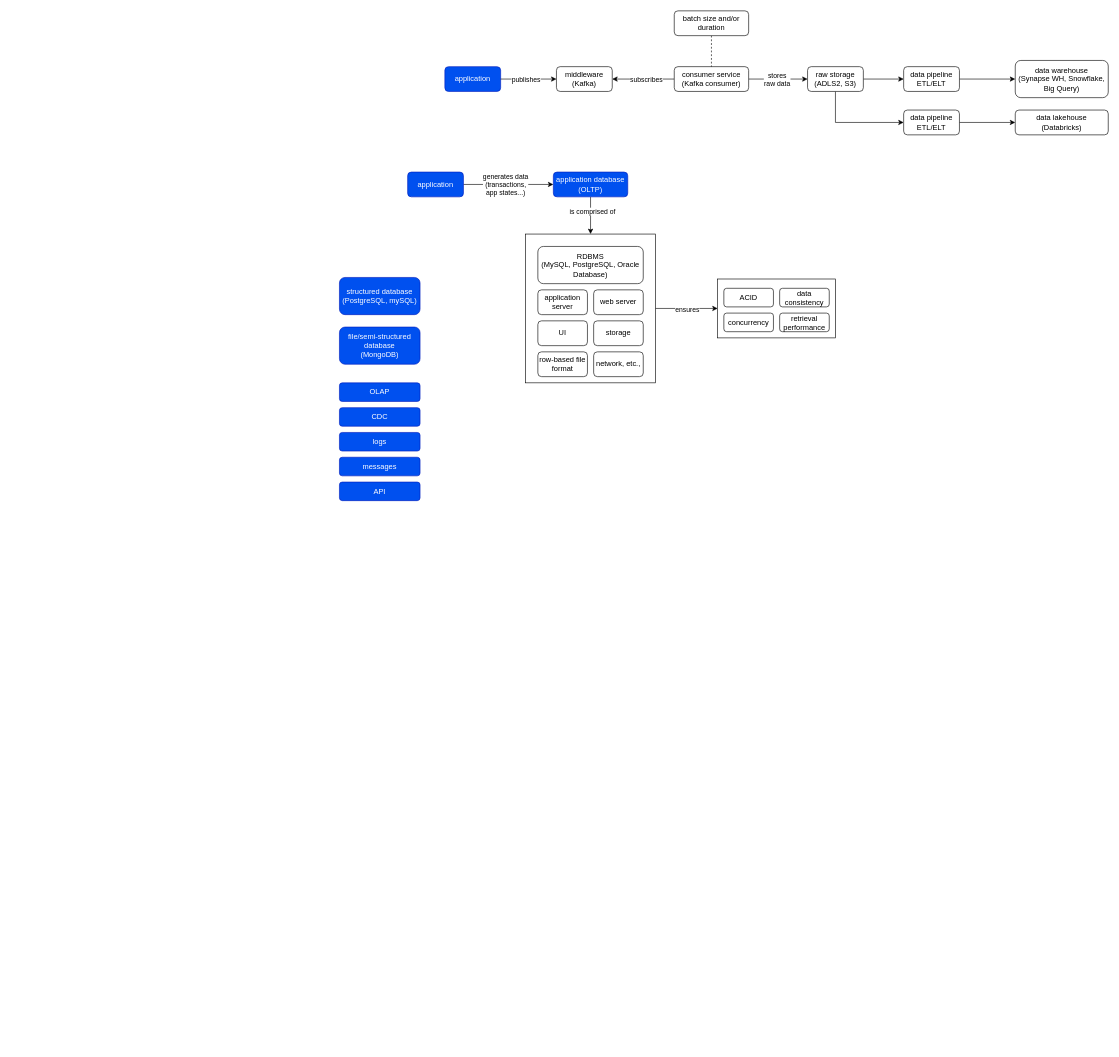
This is data-architecture-and-eng.drawio from joshuavaple/draw-io, a draw.io file, before an edit. Source tidied: cells renumbered, new cells numbered last; positions are measured from the earlier drawing's top-left corner, leaving out a move shared by most shapes. Both pictures are drawn from the tidied source at 62%, with x=0, y=0 at pixel (339, 11).
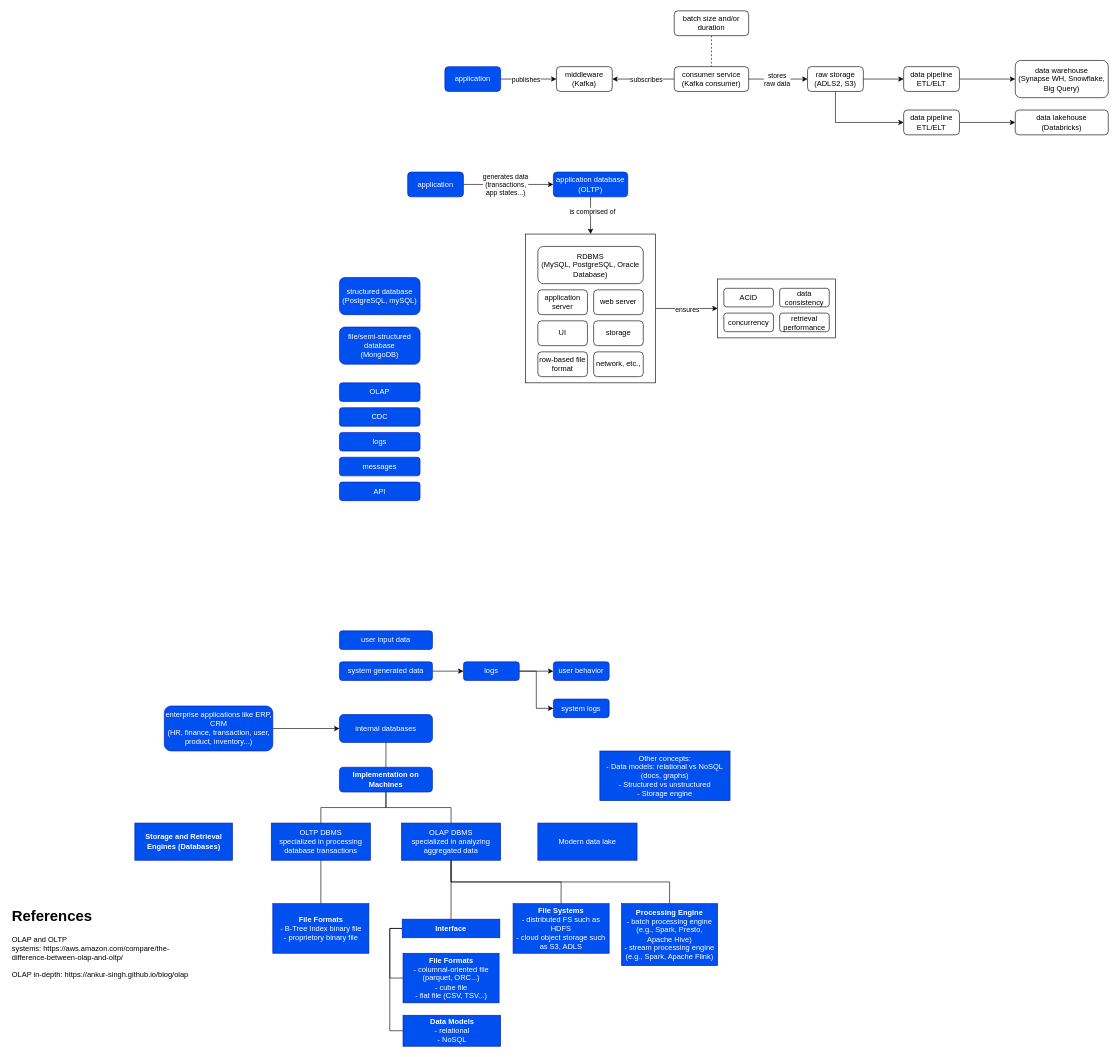
Above is the later version.

Commit message:
Update OLAP and OLTP paradigms in data-architecture-and-eng.drawio

The edit, as a diff of the source:
```diff
@@
+    <mxCell id="51" style="edgeStyle=orthogonalEdgeStyle;rounded=0;jettySize=auto;html=1;entryX=0;entryY=0.5;entryDx=0;entryDy=0;" parent="1" edge="1" source="52" target="56">
+      <mxGeometry relative="1" as="geometry" />
+    </mxCell>
+    <mxCell id="52" value="system generated data" style="rounded=1;whiteSpace=wrap;html=1;fillColor=#0050ef;fontColor=#ffffff;strokeColor=#001DBC;" parent="1" vertex="1">
+      <mxGeometry y="1050" width="150" height="30" as="geometry" />
+    </mxCell>
+    <mxCell id="53" value="user input data" style="rounded=1;whiteSpace=wrap;html=1;fillColor=#0050ef;fontColor=#ffffff;strokeColor=#001DBC;" parent="1" vertex="1">
+      <mxGeometry y="1000" width="150" height="30" as="geometry" />
+    </mxCell>
+    <mxCell id="54" style="edgeStyle=orthogonalEdgeStyle;rounded=0;jettySize=auto;html=1;" parent="1" edge="1" source="56" target="57">
+      <mxGeometry relative="1" as="geometry" />
+    </mxCell>
+    <mxCell id="55" style="edgeStyle=orthogonalEdgeStyle;rounded=0;jettySize=auto;html=1;entryX=0;entryY=0.5;entryDx=0;entryDy=0;" parent="1" edge="1" source="56" target="58">
+      <mxGeometry relative="1" as="geometry" />
+    </mxCell>
+    <mxCell id="56" value="logs" style="rounded=1;whiteSpace=wrap;html=1;fillColor=#0050ef;fontColor=#ffffff;strokeColor=#001DBC;" parent="1" vertex="1">
+      <mxGeometry x="200" y="1050" width="90" height="30" as="geometry" />
+    </mxCell>
+    <mxCell id="57" value="user behavior" style="rounded=1;whiteSpace=wrap;html=1;fillColor=#0050ef;fontColor=#ffffff;strokeColor=#001DBC;" parent="1" vertex="1">
+      <mxGeometry x="345" y="1050" width="90" height="30" as="geometry" />
+    </mxCell>
+    <mxCell id="58" value="system logs" style="rounded=1;whiteSpace=wrap;html=1;fillColor=#0050ef;fontColor=#ffffff;strokeColor=#001DBC;" parent="1" vertex="1">
+      <mxGeometry x="345" y="1110" width="90" height="30" as="geometry" />
+    </mxCell>
+    <mxCell id="59" value="internal databases" style="rounded=1;whiteSpace=wrap;html=1;fillColor=#0050ef;fontColor=#ffffff;strokeColor=#001DBC;" parent="1" vertex="1">
+      <mxGeometry y="1135" width="150" height="45" as="geometry" />
+    </mxCell>
+    <mxCell id="60" style="edgeStyle=orthogonalEdgeStyle;rounded=0;jettySize=auto;html=1;entryX=0;entryY=0.5;entryDx=0;entryDy=0;" parent="1" edge="1" source="61" target="59">
+      <mxGeometry relative="1" as="geometry" />
+    </mxCell>
+    <mxCell id="61" value="enterprise applications like ERP, CRM&lt;div&gt;(HR, finance, transaction, user, product, inventory...)&lt;/div&gt;" style="rounded=1;whiteSpace=wrap;html=1;fillColor=#0050ef;fontColor=#ffffff;strokeColor=#001DBC;" parent="1" vertex="1">
+      <mxGeometry x="-282.5" y="1121.2" width="175" height="72.5" as="geometry" />
+    </mxCell>
+    <mxCell id="62" style="edgeStyle=orthogonalEdgeStyle;rounded=0;jettySize=auto;html=1;endArrow=none;endFill=0;" parent="1" edge="1" source="64" target="65">
+      <mxGeometry relative="1" as="geometry" />
+    </mxCell>
+    <mxCell id="63" style="edgeStyle=orthogonalEdgeStyle;rounded=0;jettySize=auto;html=1;endArrow=none;endFill=0;" parent="1" edge="1" source="64" target="66">
+      <mxGeometry relative="1" as="geometry" />
+    </mxCell>
+    <mxCell id="64" value="&lt;b&gt;Implementation on Machines&lt;/b&gt;" style="rounded=1;whiteSpace=wrap;html=1;fillColor=#0050ef;fontColor=#ffffff;strokeColor=#001DBC;" parent="1" vertex="1">
+      <mxGeometry y="1220" width="150" height="40" as="geometry" />
+    </mxCell>
+    <mxCell id="65" value="OLTP DBMS&lt;div&gt;specialized in&amp;nbsp;processing database transactions&lt;/div&gt;" style="rounded=1;whiteSpace=wrap;html=1;fillColor=#0050ef;fontColor=#ffffff;strokeColor=#001DBC;arcSize=0;" parent="1" vertex="1">
+      <mxGeometry x="-110" y="1310" width="160" height="60" as="geometry" />
+    </mxCell>
+    <mxCell id="66" value="OLAP DBMS&lt;div&gt;specialized in analyzing aggregated data&lt;/div&gt;" style="rounded=1;whiteSpace=wrap;html=1;fillColor=#0050ef;fontColor=#ffffff;strokeColor=#001DBC;arcSize=0;" parent="1" vertex="1">
+      <mxGeometry x="100" y="1310" width="160" height="60" as="geometry" />
+    </mxCell>
+    <mxCell id="67" value="&lt;h1 style=&quot;margin-top: 0px;&quot;&gt;References&lt;/h1&gt;&lt;p&gt;OLAP and OLTP systems:&amp;nbsp;https://aws.amazon.com/compare/the-difference-between-olap-and-oltp/&lt;/p&gt;&lt;p&gt;OLAP in-depth:&amp;nbsp;&lt;span style=&quot;background-color: transparent; color: light-dark(rgb(0, 0, 0), rgb(255, 255, 255));&quot;&gt;https://ankur-singh.github.io/blog/olap&lt;/span&gt;&lt;/p&gt;&lt;p&gt;&lt;br&gt;&lt;/p&gt;" style="text;html=1;whiteSpace=wrap;overflow=hidden;rounded=0;" parent="1" vertex="1">
+      <mxGeometry x="-530" y="1440" width="300" height="160" as="geometry" />
+    </mxCell>
+    <mxCell id="68" value="&lt;div&gt;&lt;b&gt;File Formats&lt;/b&gt;&lt;/div&gt;&lt;div&gt;- columnal-oriented file (parquet, ORC...)&lt;/div&gt;- cube file&lt;div&gt;- flat file (CSV, TSV...)&lt;/div&gt;" style="rounded=1;whiteSpace=wrap;html=1;fillColor=#0050ef;fontColor=#ffffff;strokeColor=#001DBC;arcSize=0;spacingLeft=2;spacingRight=2;" parent="1" vertex="1">
+      <mxGeometry x="102.5" y="1520" width="155" height="80" as="geometry" />
+    </mxCell>
+    <mxCell id="69" style="edgeStyle=orthogonalEdgeStyle;rounded=0;jettySize=auto;html=1;exitX=0.5;exitY=0;exitDx=0;exitDy=0;endArrow=none;endFill=0;" parent="1" edge="1" source="70" target="65">
+      <mxGeometry relative="1" as="geometry" />
+    </mxCell>
+    <mxCell id="70" value="&lt;div&gt;&lt;b&gt;File Formats&lt;/b&gt;&lt;/div&gt;&lt;div&gt;-&amp;nbsp;&lt;span style=&quot;background-color: transparent;&quot;&gt;B-Tree Index binary file&lt;/span&gt;&lt;/div&gt;&lt;div&gt;&lt;span style=&quot;background-color: transparent;&quot;&gt;- proprietory binary file&lt;/span&gt;&lt;/div&gt;" style="rounded=1;whiteSpace=wrap;html=1;fillColor=#0050ef;fontColor=#ffffff;strokeColor=#001DBC;arcSize=0;spacingLeft=2;spacingRight=2;" parent="1" vertex="1">
+      <mxGeometry x="-107.5" y="1440" width="155" height="80" as="geometry" />
+    </mxCell>
+    <mxCell id="71" value="&lt;div&gt;&lt;b&gt;File Systems&lt;/b&gt;&lt;/div&gt;&lt;div&gt;- distributed FS such as HDFS&lt;br&gt;&lt;/div&gt;&lt;div&gt;- cloud object storage such as S3, ADLS&lt;/div&gt;" style="rounded=1;whiteSpace=wrap;html=1;fillColor=#0050ef;fontColor=#ffffff;strokeColor=#001DBC;arcSize=0;spacingLeft=2;spacingRight=2;" parent="1" vertex="1">
+      <mxGeometry x="280" y="1440" width="155" height="80" as="geometry" />
+    </mxCell>
+    <mxCell id="72" value="&lt;div&gt;&lt;b&gt;Processing Engine&lt;/b&gt;&lt;/div&gt;&lt;div&gt;- batch processing engine (e.g., Spark, Presto, Apache Hive)&lt;/div&gt;&lt;div&gt;- stream processing engine (e.g., Spark, Apache Flink)&lt;/div&gt;" style="rounded=1;whiteSpace=wrap;html=1;fillColor=#0050ef;fontColor=#ffffff;strokeColor=#001DBC;arcSize=0;spacingLeft=2;spacingRight=2;" parent="1" vertex="1">
+      <mxGeometry x="455" y="1440" width="155" height="100" as="geometry" />
+    </mxCell>
+    <mxCell id="73" style="edgeStyle=orthogonalEdgeStyle;rounded=0;jettySize=auto;html=1;entryX=0.5;entryY=1;entryDx=0;entryDy=0;endArrow=none;endFill=0;exitX=0.5;exitY=0;exitDx=0;exitDy=0;" parent="1" edge="1" source="71" target="66">
+      <mxGeometry relative="1" as="geometry" />
+    </mxCell>
+    <mxCell id="74" style="edgeStyle=orthogonalEdgeStyle;rounded=0;jettySize=auto;html=1;entryX=0.5;entryY=1;entryDx=0;entryDy=0;endArrow=none;endFill=0;exitX=0.5;exitY=0;exitDx=0;exitDy=0;" parent="1" edge="1" source="72" target="66">
+      <mxGeometry relative="1" as="geometry" />
+    </mxCell>
+    <mxCell id="75" value="Other concepts:&lt;div&gt;- Data models: relational vs NoSQL (docs, graphs)&lt;/div&gt;&lt;div&gt;- Structured vs unstructured&lt;/div&gt;&lt;div&gt;- Storage engine&lt;/div&gt;" style="rounded=1;whiteSpace=wrap;html=1;fillColor=#0050ef;fontColor=#ffffff;strokeColor=#001DBC;arcSize=0;" parent="1" vertex="1">
+      <mxGeometry x="420" y="1193.8" width="210" height="80" as="geometry" />
+    </mxCell>
+    <mxCell id="76" value="&lt;div&gt;&lt;b&gt;Data Models&lt;/b&gt;&lt;/div&gt;&lt;div&gt;- relational&lt;/div&gt;&lt;div&gt;- NoSQL&lt;/div&gt;" style="rounded=1;whiteSpace=wrap;html=1;fillColor=#0050ef;fontColor=#ffffff;strokeColor=#001DBC;arcSize=0;spacingLeft=2;spacingRight=2;" parent="1" vertex="1">
+      <mxGeometry x="102.5" y="1620" width="157.5" height="50" as="geometry" />
+    </mxCell>
+    <mxCell id="77" value="&lt;div&gt;&lt;b&gt;Storage and Retrieval Engines (Databases)&lt;/b&gt;&lt;/div&gt;" style="rounded=1;whiteSpace=wrap;html=1;fillColor=#0050ef;fontColor=#ffffff;strokeColor=#001DBC;arcSize=0;spacingLeft=2;spacingRight=2;" parent="1" vertex="1">
+      <mxGeometry x="-330" y="1310" width="157.5" height="60" as="geometry" />
+    </mxCell>
+    <mxCell id="78" style="edgeStyle=orthogonalEdgeStyle;rounded=0;jettySize=auto;html=1;entryX=0;entryY=0.5;entryDx=0;entryDy=0;exitX=0;exitY=0.5;exitDx=0;exitDy=0;endArrow=none;endFill=0;" parent="1" edge="1" source="80" target="68">
+      <mxGeometry relative="1" as="geometry" />
+    </mxCell>
+    <mxCell id="79" style="edgeStyle=orthogonalEdgeStyle;rounded=0;jettySize=auto;html=1;entryX=0;entryY=0.5;entryDx=0;entryDy=0;exitX=0;exitY=0.5;exitDx=0;exitDy=0;endArrow=none;endFill=0;" parent="1" edge="1" source="80" target="76">
+      <mxGeometry relative="1" as="geometry" />
+    </mxCell>
+    <mxCell id="80" value="&lt;div&gt;&lt;b&gt;Interface&lt;/b&gt;&lt;/div&gt;" style="rounded=1;whiteSpace=wrap;html=1;fillColor=#0050ef;fontColor=#ffffff;strokeColor=#001DBC;arcSize=0;spacingLeft=2;spacingRight=2;" parent="1" vertex="1">
+      <mxGeometry x="101.2" y="1465" width="157.5" height="30" as="geometry" />
+    </mxCell>
+    <mxCell id="81" style="edgeStyle=orthogonalEdgeStyle;rounded=0;jettySize=auto;html=1;entryX=0.5;entryY=1;entryDx=0;entryDy=0;endArrow=none;endFill=0;exitX=0.5;exitY=0;exitDx=0;exitDy=0;" parent="1" edge="1" source="80" target="66">
+      <mxGeometry relative="1" as="geometry" />
+    </mxCell>
+    <mxCell id="82" value="Modern data lake" style="rounded=1;whiteSpace=wrap;html=1;fillColor=#0050ef;fontColor=#ffffff;strokeColor=#001DBC;arcSize=0;" parent="1" vertex="1">
+      <mxGeometry x="320" y="1310" width="160" height="60" as="geometry" />
+    </mxCell>
+    <mxCell id="83" style="edgeStyle=orthogonalEdgeStyle;rounded=0;jettySize=auto;html=1;endArrow=none;endFill=0;entryX=0.5;entryY=0;entryDx=0;entryDy=0;exitX=0.5;exitY=1;exitDx=0;exitDy=0;" parent="1" edge="1" source="59" target="64">
+      <mxGeometry relative="1" as="geometry" />
+    </mxCell>
```
